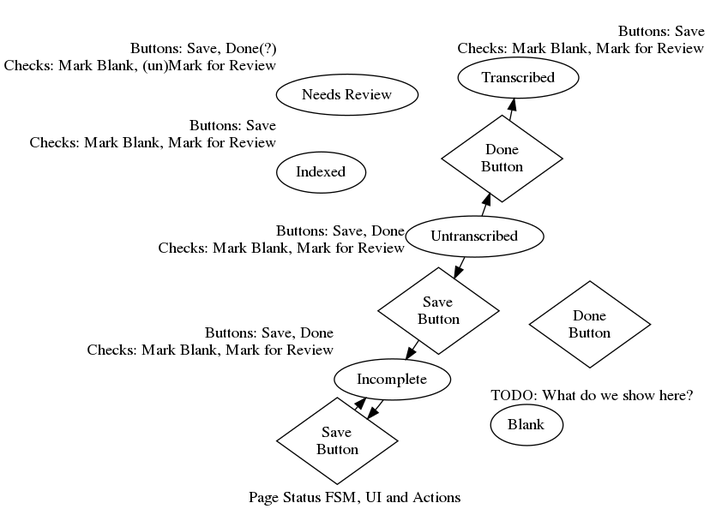
Before: doc/page_state.gv.png, a diagram exported from Graphviz (benwbrum/fromthepage). Its source is kept beside it as doc/page_state.gv.
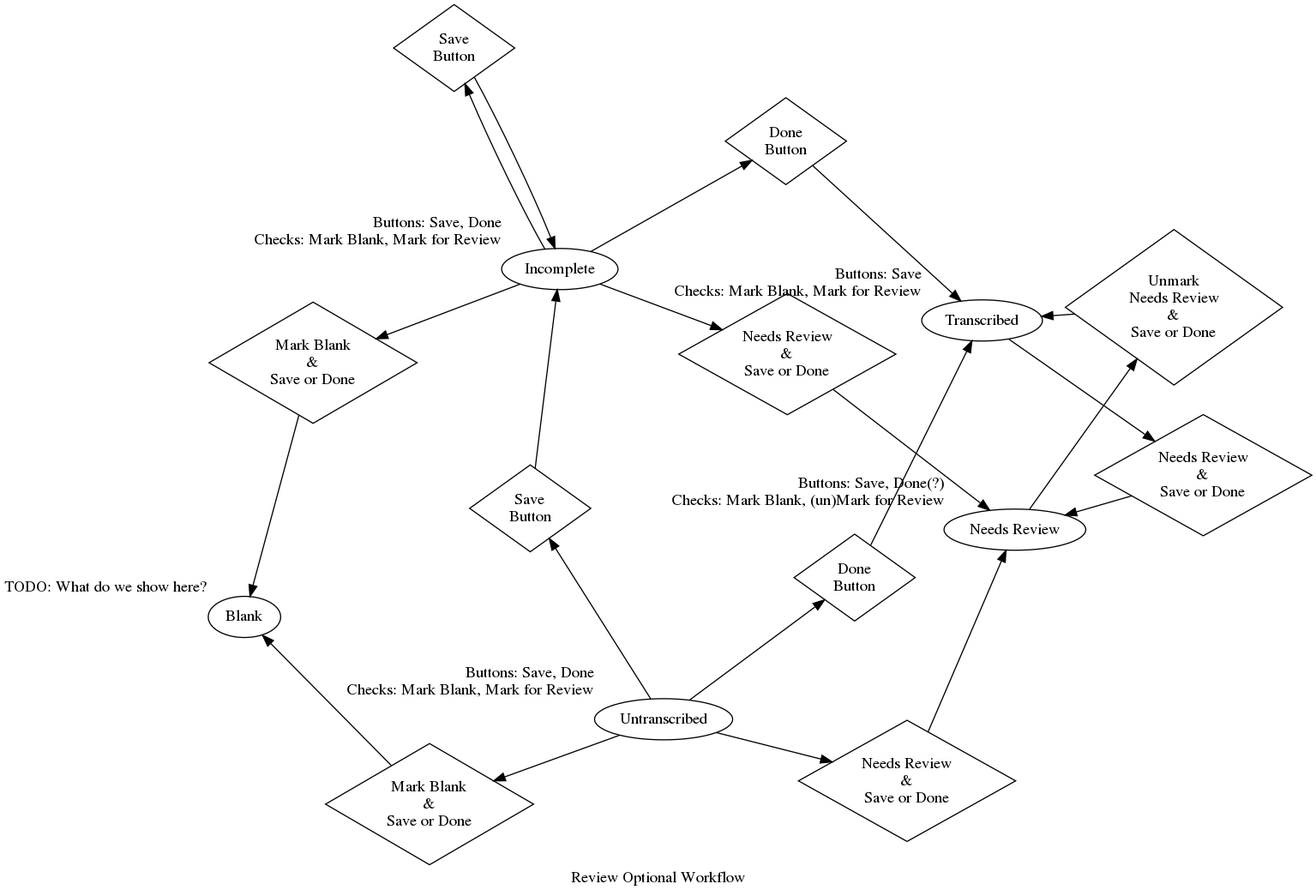
After the change.

Commit message:
Checkpoint on page documentation

The edit, as a diff of the source:
```diff
@@ -1,21 +1,30 @@
 digraph page_status_fsm {
-  label="Page Status FSM, UI and Actions";
 
-  subgraph optional_flow {
     label="Review Optional Workflow";
+    overlap=false;
+    splines=true;
+    rankdir="TB";
 
-    untranscribed[
+    start[
       label="Untranscribed",
       xlabel="\rButtons: Save, Done\rChecks: Mark Blank, Mark for Review"
     ];
-
+    { rank=source; start; }
 
     save_to_untranscribed[
       label="Save\nButton",
       shape=diamond
     ];
 
-    untranscribed -> save_to_untranscribed;
+    start -> save_to_untranscribed;
+
+    mark_blank_to_untranscribed[
+      label="Mark Blank\n&\nSave or Done",
+      shape=diamond
+    ];
+
+
+
 
     incomplete[
       label="Incomplete",
@@ -29,14 +38,30 @@
       shape=diamond
     ];
 
+
     incomplete -> save_to_incomplete;
     save_to_incomplete -> incomplete;
+
+
+    mark_blank_to_incomplete[
+      label="Mark Blank\n&\nSave or Done",
+      shape=diamond
+    ];
 
 
     blank[
       label="Blank",
       xlabel="\rTODO: What do we show here?"
     ];
+
+
+    start -> mark_blank_to_untranscribed;
+    mark_blank_to_untranscribed -> blank;
+
+    incomplete -> mark_blank_to_incomplete;
+    mark_blank_to_incomplete -> blank;
+
+
 
     needs_review[
       label="Needs Review",
@@ -55,20 +80,49 @@
 
 
 
+    mark_needs_review_to_untranscribed[
+      label="Needs Review\n&\nSave or Done",
+      shape=diamond
+    ];
+
+    mark_needs_review_to_incomplete[
+      label="Needs Review\n&\nSave or Done",
+      shape=diamond
+    ];
+
+    mark_needs_review_to_transcribed[
+      label="Needs Review\n&\nSave or Done",
+      shape=diamond
+    ];
+
+
     transcribed[
       label="Transcribed",
       xlabel="\rButtons: Save\rChecks: Mark Blank, Mark for Review"
     ];
 
+    start -> mark_needs_review_to_untranscribed;
+    mark_needs_review_to_untranscribed -> needs_review;
+    incomplete -> mark_needs_review_to_incomplete;
+    mark_needs_review_to_incomplete -> needs_review;
+    transcribed -> mark_needs_review_to_transcribed;
+    mark_needs_review_to_transcribed -> needs_review;
 
-    untranscribed -> done_to_untranscribed;
-    done_to_untranscribed -> transcribed;
-
-    indexed[
-      label="Indexed",
-      xlabel="\rButtons: Save\rChecks: Mark Blank, Mark for Review"
+    unmark_needs_review_to_needs_review[
+      label="Unmark\nNeeds Review\n&\nSave or Done",
+      shape=diamond
     ];
 
 
-  };
+    needs_review -> unmark_needs_review_to_needs_review;
+    unmark_needs_review_to_needs_review -> transcribed;
+
+
+    start -> done_to_untranscribed;
+    done_to_untranscribed -> transcribed;
+    incomplete -> done_to_incomplete;
+    done_to_incomplete -> transcribed;
+
+
+
 }
```
